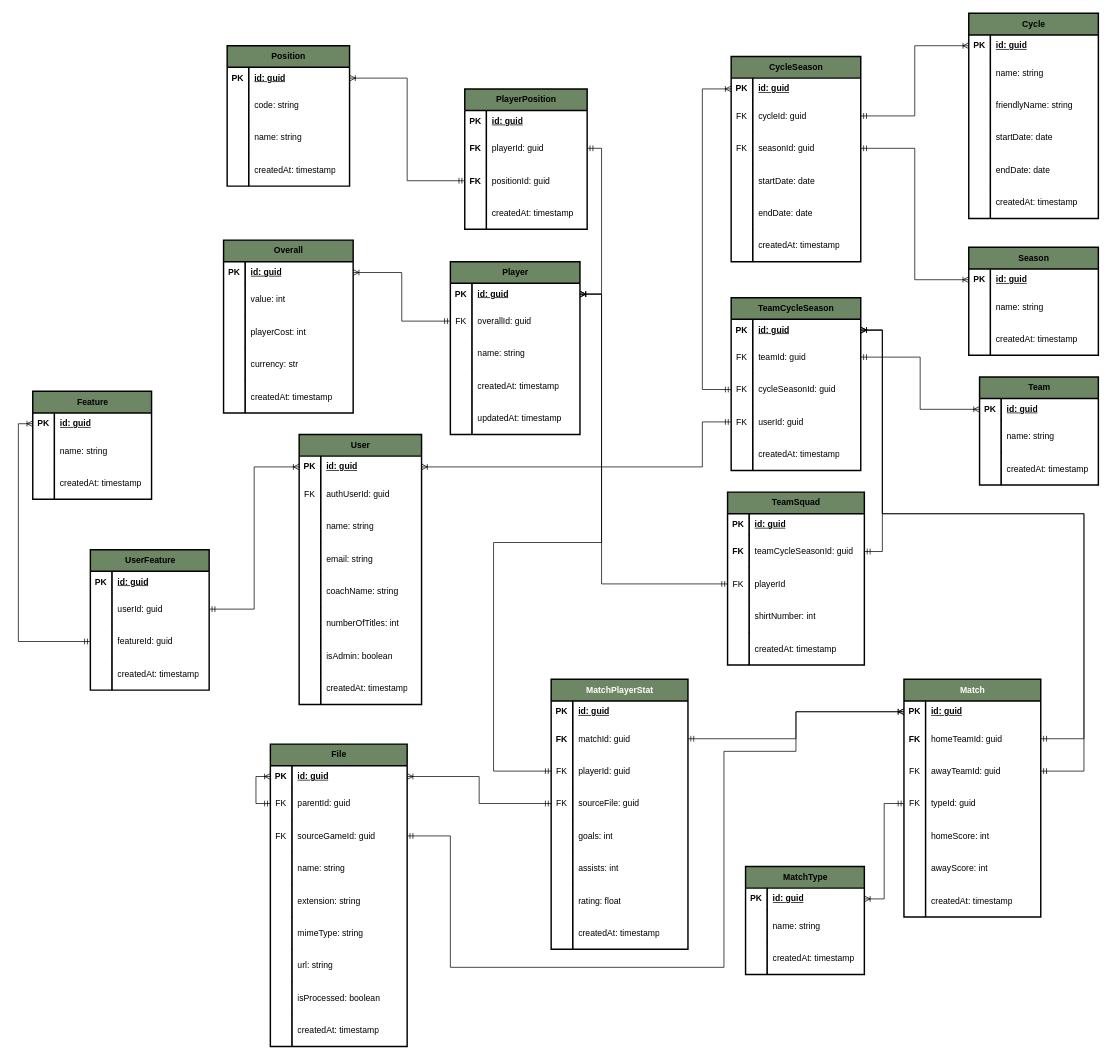
Earlier version of the draw.io diagram database/Database-Diagram.drawio (LucasLeocardo/fifa-league-app). Source tidied: cells renumbered, new cells numbered last; positions are measured from the earlier drawing's top-left corner, leaving out a move shared by most shapes. Both pictures are drawn from the tidied source at 72%, with x=0, y=0 at pixel (32, 13).
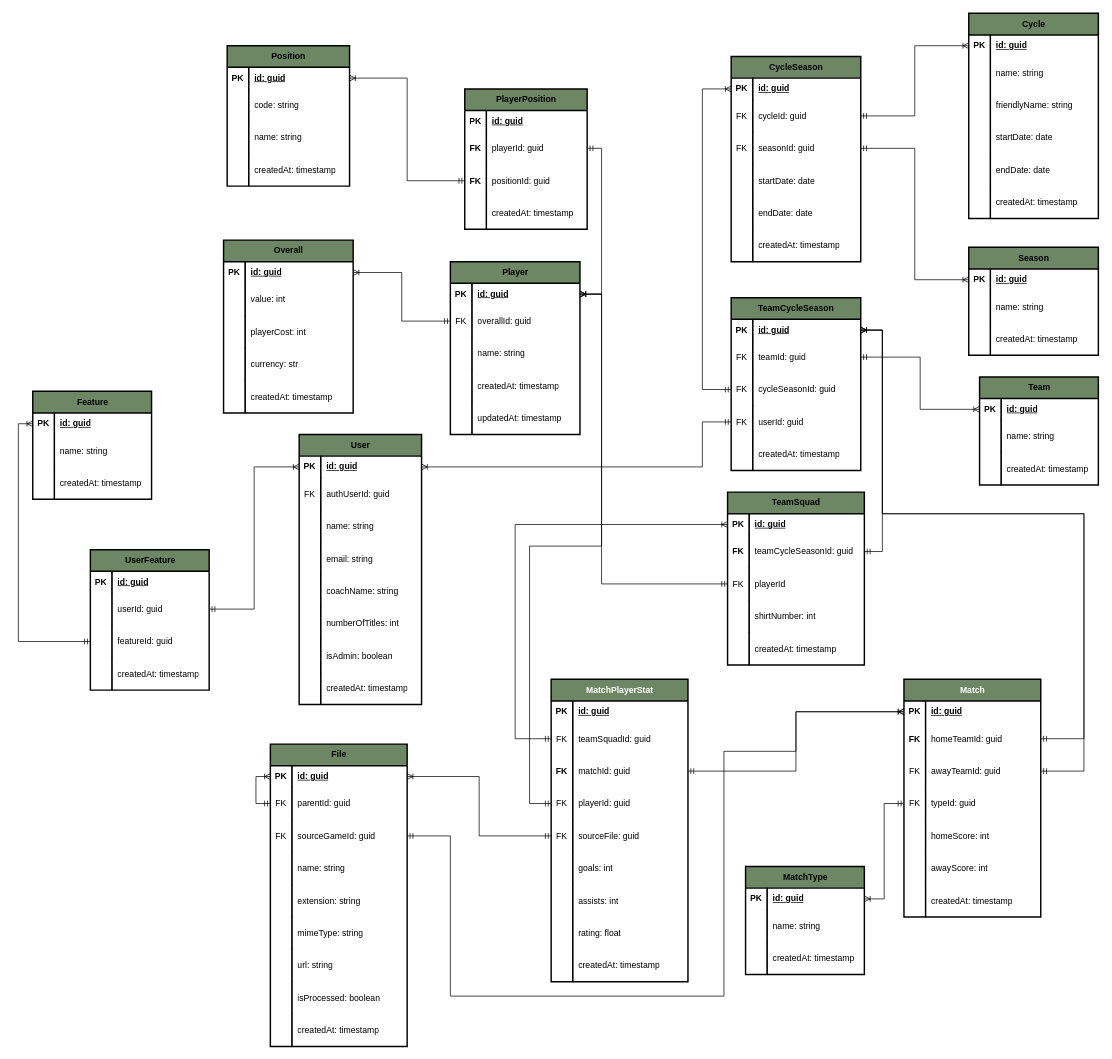
After the change.

The change refers to these unchanged cells:
```xml
<mxCell id="29" style="shape=tableRow;horizontal=0;startSize=0;swimlaneHead=0;swimlaneBody=0;points=[[0,0.5],[1,0.5]];portConstraint=eastwest;bottom=0;fillColor=none;left=0;right=0;top=0;" parent="28" vertex="1">
  <mxGeometry y="30" width="180" height="30" as="geometry" />
</mxCell>
<mxCell id="148" style="shape=tableRow;horizontal=0;startSize=0;swimlaneHead=0;swimlaneBody=0;points=[[0,0.5],[1,0.5]];portConstraint=eastwest;bottom=0;fillColor=none;left=0;right=0;top=0;" parent="147" vertex="1">
  <mxGeometry y="30" width="190" height="30" as="geometry" />
</mxCell>
<mxCell id="184" style="shape=tableRow;horizontal=0;startSize=0;swimlaneHead=0;swimlaneBody=0;points=[[0,0.5],[1,0.5]];portConstraint=eastwest;bottom=0;fillColor=none;left=0;right=0;top=0;" parent="183" vertex="1">
  <mxGeometry y="30" width="190" height="30" as="geometry" />
</mxCell>
<mxCell id="241" style="shape=tableRow;horizontal=0;startSize=0;swimlaneHead=0;swimlaneBody=0;points=[[0,0.5],[1,0.5]];portConstraint=eastwest;fontStyle=0;bottom=0;fillColor=none;left=0;right=0;top=0;" parent="234" vertex="1">
  <mxGeometry y="105" width="190" height="45" as="geometry" />
</mxCell>
```

Diff of the diagram source:
```diff
@@
     <mxCell id="205" value="&lt;font color=&quot;#ffffff&quot;&gt;MatchPlayerStat&lt;/font&gt;" style="shape=table;startSize=30;childLayout=tableLayout;fontStyle=1;align=center;html=1;fillColor=light-dark(#6D8764,#718769);fontColor=#333333;rowLines=0;strokeColor=light-dark(#000000,#959595);strokeWidth=2;" parent="1" vertex="1">
-      <mxGeometry x="720" y="925" width="190" height="375" as="geometry" />
+      <mxGeometry x="720" y="925" width="190" height="420" as="geometry" />
     </mxCell>
@@
+    <mxCell id="303" style="shape=tableRow;horizontal=0;startSize=0;swimlaneHead=0;swimlaneBody=0;points=[[0,0.5],[1,0.5]];portConstraint=eastwest;fontStyle=0;bottom=0;fillColor=none;left=0;right=0;top=0;" parent="205" vertex="1">
+      <mxGeometry y="60" width="190" height="45" as="geometry" />
+    </mxCell>
+    <mxCell id="304" value="&lt;span style=&quot;font-weight: normal;&quot;&gt;FK&lt;/span&gt;" style="shape=partialRectangle;fontStyle=1;overflow=hidden;whiteSpace=wrap;html=1;bottom=0;fillColor=none;left=0;right=1;strokeColor=inherit;top=0;" parent="303" vertex="1">
+      <mxGeometry width="30" height="45" as="geometry" />
+    </mxCell>
+    <mxCell id="305" value="&lt;span style=&quot;font-weight: normal;&quot;&gt;teamSquadId: guid&lt;/span&gt;" style="shape=partialRectangle;align=left;spacingLeft=6;fontStyle=1;overflow=hidden;whiteSpace=wrap;html=1;shadow=0;bottom=0;fillColor=none;left=0;right=0;top=0;" parent="303" vertex="1">
+      <mxGeometry x="30" width="160" height="45" as="geometry" />
+    </mxCell>
     <mxCell id="209" style="shape=tableRow;horizontal=0;startSize=0;swimlaneHead=0;swimlaneBody=0;points=[[0,0.5],[1,0.5]];portConstraint=eastwest;fontStyle=0;bottom=0;fillColor=none;left=0;right=0;top=0;" parent="205" vertex="1">
-      <mxGeometry y="60" width="190" height="45" as="geometry" />
+      <mxGeometry y="105" width="190" height="45" as="geometry" />
     </mxCell>
@@
     <mxCell id="212" style="shape=tableRow;horizontal=0;startSize=0;swimlaneHead=0;swimlaneBody=0;points=[[0,0.5],[1,0.5]];portConstraint=eastwest;fontStyle=0;bottom=0;fillColor=none;left=0;right=0;top=0;" parent="205" vertex="1">
-      <mxGeometry y="105" width="190" height="45" as="geometry" />
+      <mxGeometry y="150" width="190" height="45" as="geometry" />
     </mxCell>
@@
     <mxCell id="215" style="shape=tableRow;horizontal=0;startSize=0;swimlaneHead=0;swimlaneBody=0;points=[[0,0.5],[1,0.5]];portConstraint=eastwest;fontStyle=0;bottom=0;fillColor=none;left=0;right=0;top=0;" parent="205" vertex="1">
-      <mxGeometry y="150" width="190" height="45" as="geometry" />
+      <mxGeometry y="195" width="190" height="45" as="geometry" />
     </mxCell>
@@
     <mxCell id="218" style="shape=tableRow;horizontal=0;startSize=0;swimlaneHead=0;swimlaneBody=0;fontStyle=0;bottom=0;fillColor=none;left=0;right=0;top=0;" parent="205" vertex="1">
-      <mxGeometry y="195" width="190" height="45" as="geometry" />
+      <mxGeometry y="240" width="190" height="45" as="geometry" />
     </mxCell>
@@
     <mxCell id="221" style="shape=tableRow;horizontal=0;startSize=0;swimlaneHead=0;swimlaneBody=0;fontStyle=0;bottom=0;fillColor=none;left=0;right=0;top=0;" parent="205" vertex="1">
-      <mxGeometry y="240" width="190" height="45" as="geometry" />
+      <mxGeometry y="285" width="190" height="45" as="geometry" />
     </mxCell>
@@
     <mxCell id="224" style="shape=tableRow;horizontal=0;startSize=0;swimlaneHead=0;swimlaneBody=0;fontStyle=0;bottom=0;fillColor=none;left=0;right=0;top=0;" parent="205" vertex="1">
-      <mxGeometry y="285" width="190" height="45" as="geometry" />
+      <mxGeometry y="330" width="190" height="45" as="geometry" />
     </mxCell>
@@
     <mxCell id="227" style="shape=tableRow;horizontal=0;startSize=0;swimlaneHead=0;swimlaneBody=0;fontStyle=0;bottom=0;fillColor=none;left=0;right=0;top=0;" parent="205" vertex="1">
-      <mxGeometry y="330" width="190" height="45" as="geometry" />
+      <mxGeometry y="375" width="190" height="45" as="geometry" />
     </mxCell>
@@
-    <mxCell id="233" style="edgeStyle=orthogonalEdgeStyle;rounded=0;jettySize=auto;html=1;entryX=1;entryY=0.5;entryDx=0;entryDy=0;endArrow=ERoneToMany;endFill=0;startArrow=ERmandOne;startFill=0;" parent="1" edge="1" source="212" target="29">
-      <mxGeometry relative="1" as="geometry">
-        <Array as="points">
-          <mxPoint x="640" y="1053" />
-          <mxPoint x="640" y="735" />
-          <mxPoint x="790" y="735" />
-          <mxPoint x="790" y="390" />
-        </Array>
-      </mxGeometry>
-    </mxCell>
@@
     <mxCell id="302" style="edgeStyle=orthogonalEdgeStyle;rounded=0;jettySize=auto;html=1;entryX=0;entryY=0.5;entryDx=0;entryDy=0;endArrow=ERoneToMany;endFill=0;startArrow=ERmandOne;startFill=0;" parent="1" edge="1" source="241" target="184">
       <mxGeometry relative="1" as="geometry">
         <Array as="points">
           <mxPoint x="580" y="1143" />
-          <mxPoint x="580" y="1325" />
-          <mxPoint x="960" y="1325" />
+          <mxPoint x="580" y="1365" />
+          <mxPoint x="960" y="1365" />
           <mxPoint x="960" y="1025" />
           <mxPoint x="1060" y="1025" />
           <mxPoint x="1060" y="970" />
         </Array>
       </mxGeometry>
     </mxCell>
+    <mxCell id="306" style="edgeStyle=orthogonalEdgeStyle;rounded=0;jettySize=auto;html=1;endArrow=ERoneToMany;endFill=0;startArrow=ERmandOne;startFill=0;" parent="1" edge="1" source="303" target="148">
+      <mxGeometry relative="1" as="geometry">
+        <Array as="points">
+          <mxPoint x="670" y="1008" />
+          <mxPoint x="670" y="710" />
+        </Array>
+      </mxGeometry>
+    </mxCell>
+    <mxCell id="233" style="edgeStyle=orthogonalEdgeStyle;rounded=0;jettySize=auto;html=1;entryX=1;entryY=0.5;entryDx=0;entryDy=0;endArrow=ERoneToMany;endFill=0;startArrow=ERmandOne;startFill=0;" parent="1" edge="1" source="212" target="29">
+      <mxGeometry relative="1" as="geometry">
+        <Array as="points">
+          <mxPoint x="690" y="1098" />
+          <mxPoint x="690" y="740" />
+          <mxPoint x="790" y="740" />
+          <mxPoint x="790" y="390" />
+        </Array>
+      </mxGeometry>
+    </mxCell>
```
